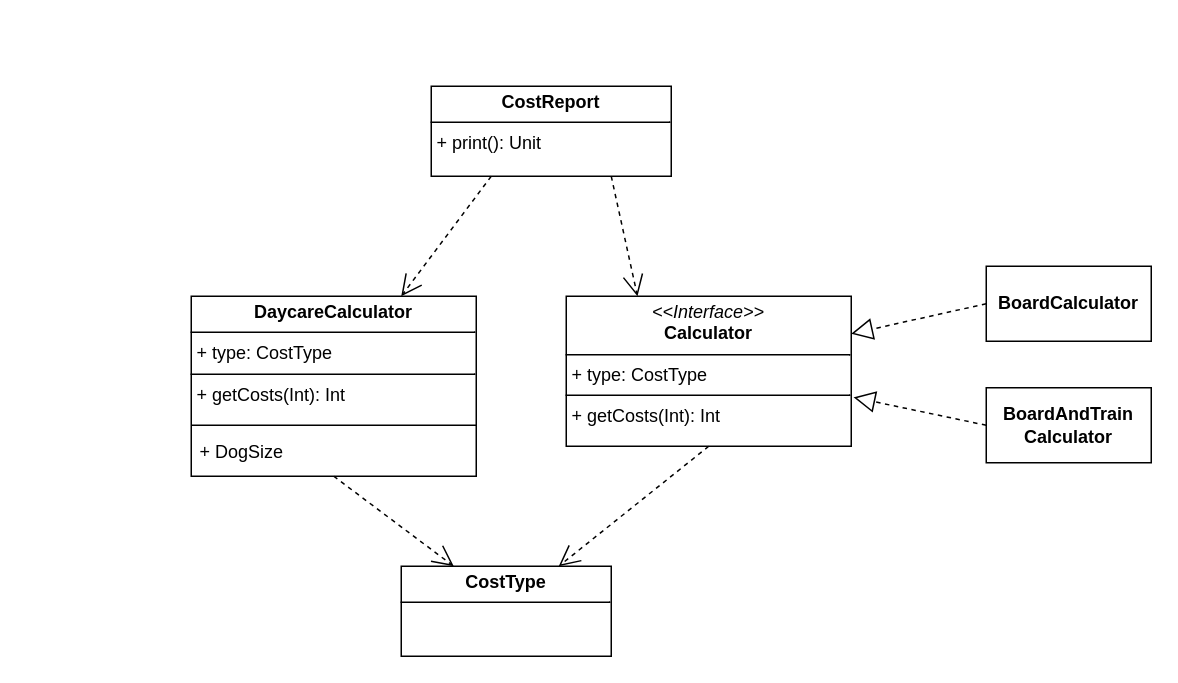
The draw.io diagram page "LSP_violate" (4 of 9) of docs/SOLID_principles_examples.drawio in ievakrumina/solid-playground, before the edit. Source tidied: cells renumbered, new cells numbered last; positions are measured from the earlier drawing's top-left corner, leaving out a move shared by most shapes. Both pictures are drawn from the tidied source at 150%, with x=0, y=0 at pixel (190, 86).
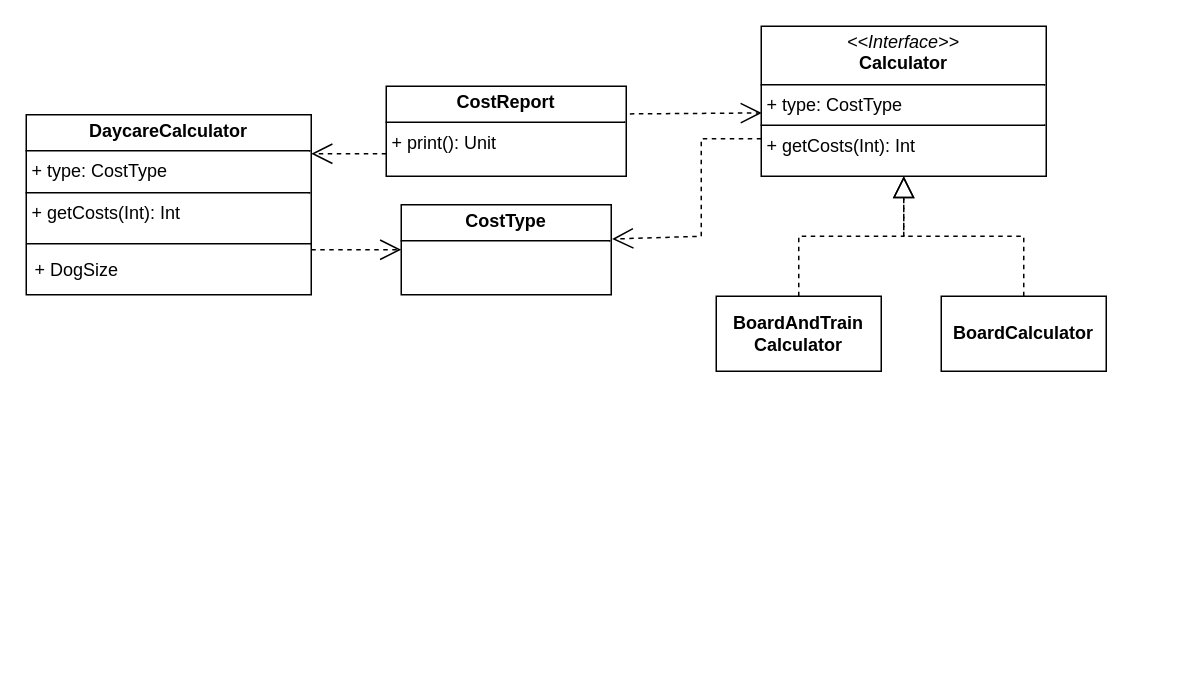
The same page after the edit.

What changed in the source:
```diff
@@
     <mxCell id="2" value="&lt;p style=&quot;margin:0px;margin-top:4px;text-align:center;&quot;&gt;&lt;b&gt;CostReport&lt;/b&gt;&lt;/p&gt;&lt;hr size=&quot;1&quot; style=&quot;border-style:solid;&quot;&gt;&lt;p style=&quot;margin:0px;margin-left:4px;&quot;&gt;&lt;span style=&quot;background-color: initial;&quot;&gt;+ print(): Unit&lt;/span&gt;&lt;br&gt;&lt;/p&gt;" style="verticalAlign=top;align=left;overflow=fill;html=1;whiteSpace=wrap;" parent="1" vertex="1">
-      <mxGeometry x="160" width="160" height="60" as="geometry" />
+      <mxGeometry x="130" width="160" height="60" as="geometry" />
     </mxCell>
     <mxCell id="3" value="&lt;p style=&quot;margin:0px;margin-top:4px;text-align:center;&quot;&gt;&lt;b&gt;CostType&lt;/b&gt;&lt;/p&gt;&lt;hr size=&quot;1&quot; style=&quot;border-style:solid;&quot;&gt;&lt;div style=&quot;height:2px;&quot;&gt;&lt;/div&gt;" style="verticalAlign=top;align=left;overflow=fill;html=1;whiteSpace=wrap;" parent="1" vertex="1">
-      <mxGeometry x="140" y="320" width="140" height="60" as="geometry" />
+      <mxGeometry x="140" y="79" width="140" height="60" as="geometry" />
     </mxCell>
     <mxCell id="4" value="&lt;p style=&quot;margin:0px;margin-top:4px;text-align:center;&quot;&gt;&lt;i&gt;&amp;lt;&amp;lt;Interface&amp;gt;&amp;gt;&lt;/i&gt;&lt;br&gt;&lt;b&gt;Calculator&lt;/b&gt;&lt;/p&gt;&lt;hr size=&quot;1&quot; style=&quot;border-style:solid;&quot;&gt;&lt;p style=&quot;margin:0px;margin-left:4px;&quot;&gt;+ type: CostType&lt;br&gt;&lt;/p&gt;&lt;hr size=&quot;1&quot; style=&quot;border-style:solid;&quot;&gt;&lt;p style=&quot;margin:0px;margin-left:4px;&quot;&gt;+ getCosts(Int): Int&lt;br&gt;&lt;/p&gt;" style="verticalAlign=top;align=left;overflow=fill;html=1;whiteSpace=wrap;" parent="1" vertex="1">
-      <mxGeometry x="250" y="140" width="190" height="100" as="geometry" />
+      <mxGeometry x="380" y="-40" width="190" height="100" as="geometry" />
     </mxCell>
     <mxCell id="5" value="&lt;b&gt;BoardCalculator&lt;/b&gt;" style="html=1;whiteSpace=wrap;" parent="1" vertex="1">
-      <mxGeometry x="530" y="120" width="110" height="50" as="geometry" />
+      <mxGeometry x="500" y="140" width="110" height="50" as="geometry" />
     </mxCell>
     <mxCell id="6" value="&lt;b&gt;BoardAndTrain&lt;br&gt;Calculator&lt;/b&gt;" style="html=1;whiteSpace=wrap;" parent="1" vertex="1">
-      <mxGeometry x="530" y="201" width="110" height="50" as="geometry" />
+      <mxGeometry x="350" y="140" width="110" height="50" as="geometry" />
     </mxCell>
     <mxCell id="7" value="&lt;p style=&quot;margin:0px;margin-top:4px;text-align:center;&quot;&gt;&lt;b&gt;DaycareCalculator&lt;/b&gt;&lt;/p&gt;&lt;hr size=&quot;1&quot; style=&quot;border-style:solid;&quot;&gt;&lt;p style=&quot;margin:0px;margin-left:4px;&quot;&gt;+ type: CostType&lt;br&gt;&lt;/p&gt;&lt;hr size=&quot;1&quot; style=&quot;border-style:solid;&quot;&gt;&lt;p style=&quot;margin:0px;margin-left:4px;&quot;&gt;+ getCosts(Int): Int&lt;br&gt;&lt;/p&gt;" style="verticalAlign=top;align=left;overflow=fill;html=1;whiteSpace=wrap;" parent="1" vertex="1">
-      <mxGeometry y="140" width="190" height="120" as="geometry" />
+      <mxGeometry x="-110" y="19" width="190" height="120" as="geometry" />
     </mxCell>
@@
     <mxCell id="9" value="+ DogSize" style="text;strokeColor=none;fillColor=none;align=left;verticalAlign=top;spacingLeft=4;spacingRight=4;overflow=hidden;whiteSpace=wrap;html=1;" parent="1" vertex="1">
-      <mxGeometry y="230" width="100" height="26" as="geometry" />
+      <mxGeometry x="-110" y="109" width="100" height="26" as="geometry" />
     </mxCell>
     <mxCell id="10" style="line;strokeWidth=1;fillColor=none;align=left;verticalAlign=middle;spacingTop=-1;spacingLeft=3;spacingRight=3;labelPosition=right;strokeColor=inherit;" parent="1" vertex="1">
-      <mxGeometry y="222" width="190" height="8" as="geometry" />
+      <mxGeometry x="-110" y="101" width="190" height="8" as="geometry" />
     </mxCell>
-    <mxCell id="11" style="endArrow=open;endSize=12;dashed=1;html=1;rounded=0;exitX=0.75;exitY=1;exitDx=0;exitDy=0;entryX=0.25;entryY=0;entryDx=0;entryDy=0;" parent="1" edge="1" source="2" target="4">
+    <mxCell id="11" style="endArrow=open;endSize=12;dashed=1;html=1;rounded=0;exitX=1.015;exitY=0.307;exitDx=0;exitDy=0;entryX=0.002;entryY=0.578;entryDx=0;entryDy=0;entryPerimeter=0;exitPerimeter=0;" parent="1" edge="1" source="2" target="4">
       <mxGeometry relative="1" as="geometry" />
     </mxCell>
-    <mxCell id="12" style="endArrow=open;endSize=12;dashed=1;html=1;rounded=0;exitX=0.25;exitY=1;exitDx=0;exitDy=0;" parent="1" edge="1" source="2" target="7">
-      <mxGeometry relative="1" as="geometry" />
+    <mxCell id="12" style="endArrow=open;endSize=12;dashed=1;html=1;rounded=0;exitX=0;exitY=0.75;exitDx=0;exitDy=0;" parent="1" edge="1" source="2">
+      <mxGeometry relative="1" as="geometry">
+        <mxPoint x="80" y="45" as="targetPoint" />
+      </mxGeometry>
     </mxCell>
-    <mxCell id="13" style="endArrow=open;endSize=12;dashed=1;html=1;rounded=0;exitX=0.5;exitY=1;exitDx=0;exitDy=0;entryX=0.75;entryY=0;entryDx=0;entryDy=0;" parent="1" edge="1" source="4" target="3">
-      <mxGeometry relative="1" as="geometry" />
+    <mxCell id="13" style="endArrow=open;endSize=12;dashed=1;html=1;rounded=0;exitX=0;exitY=0.75;exitDx=0;exitDy=0;entryX=1.004;entryY=0.381;entryDx=0;entryDy=0;entryPerimeter=0;" parent="1" edge="1" source="4" target="3">
+      <mxGeometry relative="1" as="geometry">
+        <Array as="points">
+          <mxPoint x="340" y="35" />
+          <mxPoint x="340" y="100" />
+        </Array>
+      </mxGeometry>
     </mxCell>
-    <mxCell id="14" style="endArrow=open;endSize=12;dashed=1;html=1;rounded=0;exitX=0.5;exitY=1;exitDx=0;exitDy=0;entryX=0.25;entryY=0;entryDx=0;entryDy=0;" parent="1" edge="1" source="7" target="3">
+    <mxCell id="14" style="endArrow=open;endSize=12;dashed=1;html=1;rounded=0;exitX=1;exitY=0.75;exitDx=0;exitDy=0;entryX=0;entryY=0.5;entryDx=0;entryDy=0;" parent="1" edge="1" source="7" target="3">
       <mxGeometry relative="1" as="geometry" />
     </mxCell>
-    <mxCell id="15" style="endArrow=block;dashed=1;endFill=0;endSize=12;html=1;rounded=0;exitX=0;exitY=0.5;exitDx=0;exitDy=0;entryX=1;entryY=0.25;entryDx=0;entryDy=0;" parent="1" edge="1" source="5" target="4">
-      <mxGeometry relative="1" as="geometry" />
+    <mxCell id="15" style="endArrow=block;dashed=1;endFill=0;endSize=12;html=1;rounded=0;exitX=0.5;exitY=0;exitDx=0;exitDy=0;entryX=0.5;entryY=1;entryDx=0;entryDy=0;" parent="1" edge="1" source="5" target="4">
+      <mxGeometry relative="1" as="geometry">
+        <Array as="points">
+          <mxPoint x="555" y="100" />
+          <mxPoint x="475" y="100" />
+        </Array>
+      </mxGeometry>
     </mxCell>
-    <mxCell id="16" style="endArrow=block;dashed=1;endFill=0;endSize=12;html=1;rounded=0;exitX=0;exitY=0.5;exitDx=0;exitDy=0;entryX=1.008;entryY=0.674;entryDx=0;entryDy=0;entryPerimeter=0;" parent="1" edge="1" source="6" target="4">
-      <mxGeometry relative="1" as="geometry" />
+    <mxCell id="16" style="endArrow=block;dashed=1;endFill=0;endSize=12;html=1;rounded=0;exitX=0.5;exitY=0;exitDx=0;exitDy=0;" parent="1" edge="1" source="6">
+      <mxGeometry relative="1" as="geometry">
+        <mxPoint x="475" y="60" as="targetPoint" />
+        <Array as="points">
+          <mxPoint x="405" y="100" />
+          <mxPoint x="475" y="100" />
+        </Array>
+      </mxGeometry>
     </mxCell>
```
